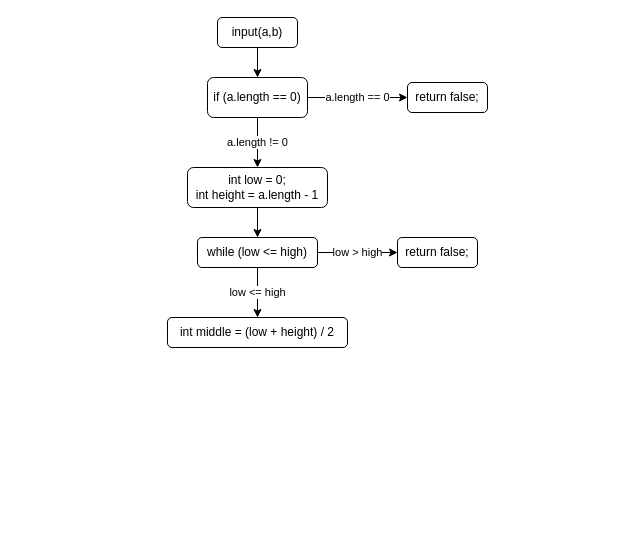
Above: sw6367-hw03.drawio in kntnguyen94/To-Do-List-Builder (draw.io), before the change. Source tidied: cells renumbered, new cells numbered last; positions are measured from the earlier drawing's top-left corner, leaving out a move shared by most shapes. Both pictures are drawn from the tidied source at 100%, with x=0, y=0 at pixel (167, 17).
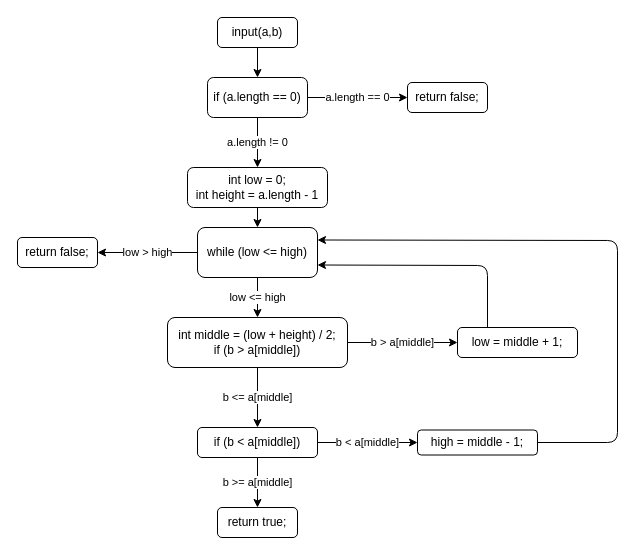
Above is the later version.

Unchanged cells that the change refers to:
```xml
<mxCell id="5" value="int low = 0;&lt;br&gt;int height = a.length - 1" style="rounded=1;whiteSpace=wrap;html=1;" parent="1" vertex="1">
  <mxGeometry x="20" y="150" width="140" height="40" as="geometry" />
</mxCell>
```

What changed in the source:
```diff
@@
     <mxCell id="6" value="while (low &amp;lt;= high)" style="rounded=1;whiteSpace=wrap;html=1;" parent="1" vertex="1">
-      <mxGeometry x="30" y="220" width="120" height="30" as="geometry" />
+      <mxGeometry x="30" y="210" width="120" height="50" as="geometry" />
     </mxCell>
-    <mxCell id="7" value="int middle = (low + height) / 2" style="rounded=1;whiteSpace=wrap;html=1;" parent="1" vertex="1">
-      <mxGeometry y="300" width="180" height="30" as="geometry" />
+    <mxCell id="7" value="int middle = (low + height) / 2;&lt;br&gt;if (b &amp;gt; a[middle])" style="rounded=1;whiteSpace=wrap;html=1;" parent="1" vertex="1">
+      <mxGeometry y="300" width="180" height="50" as="geometry" />
     </mxCell>
@@
-    <mxCell id="11" style="endArrow=classic;html=1;exitX=0.5;exitY=1;exitDx=0;exitDy=0;" parent="1" edge="1" source="5">
-      <mxGeometry relative="1" as="geometry">
-        <mxPoint x="90" y="220" as="targetPoint" />
-      </mxGeometry>
+    <mxCell id="11" style="endArrow=classic;html=1;exitX=0.5;exitY=1;exitDx=0;exitDy=0;entryX=0.5;entryY=0;entryDx=0;entryDy=0;" parent="1" edge="1" source="5" target="6">
+      <mxGeometry relative="1" as="geometry" />
     </mxCell>
@@
     <mxCell id="13" value="return false;" style="rounded=1;whiteSpace=wrap;html=1;" parent="1" vertex="1">
-      <mxGeometry x="230" y="220" width="80" height="30" as="geometry" />
+      <mxGeometry x="-150" y="220" width="80" height="30" as="geometry" />
     </mxCell>
-    <mxCell id="14" value="low &amp;gt; high" style="endArrow=classic;html=1;exitX=1;exitY=0.5;exitDx=0;exitDy=0;" parent="1" edge="1" source="6" target="13">
+    <mxCell id="14" value="low &amp;gt; high" style="endArrow=classic;html=1;exitX=0;exitY=0.5;exitDx=0;exitDy=0;" parent="1" edge="1" source="6" target="13">
       <mxGeometry relative="1" as="geometry" />
     </mxCell>
+    <mxCell id="15" value="low = middle + 1;" style="rounded=1;whiteSpace=wrap;html=1;" parent="1" vertex="1">
+      <mxGeometry x="290" y="310" width="120" height="30" as="geometry" />
+    </mxCell>
+    <mxCell id="16" value="b &amp;gt; a[middle]" style="endArrow=classic;html=1;exitX=1;exitY=0.5;exitDx=0;exitDy=0;entryX=0;entryY=0.5;entryDx=0;entryDy=0;" parent="1" edge="1" source="7" target="15">
+      <mxGeometry relative="1" as="geometry" />
+    </mxCell>
+    <mxCell id="17" value="if (b &amp;lt; a[middle])" style="rounded=1;whiteSpace=wrap;html=1;" parent="1" vertex="1">
+      <mxGeometry x="30" y="410" width="120" height="30" as="geometry" />
+    </mxCell>
+    <mxCell id="18" value="b &amp;lt;= a[middle]" style="endArrow=classic;html=1;exitX=0.5;exitY=1;exitDx=0;exitDy=0;entryX=0.5;entryY=0;entryDx=0;entryDy=0;" parent="1" edge="1" source="7" target="17">
+      <mxGeometry relative="1" as="geometry" />
+    </mxCell>
+    <mxCell id="19" value="high = middle - 1;" style="rounded=1;whiteSpace=wrap;html=1;" parent="1" vertex="1">
+      <mxGeometry x="250" y="412.5" width="120" height="25" as="geometry" />
+    </mxCell>
+    <mxCell id="20" value="b &amp;lt; a[middle]" style="endArrow=classic;html=1;exitX=1;exitY=0.5;exitDx=0;exitDy=0;entryX=0;entryY=0.5;entryDx=0;entryDy=0;" parent="1" edge="1" source="17" target="19">
+      <mxGeometry relative="1" as="geometry" />
+    </mxCell>
+    <mxCell id="21" value="return true;" style="rounded=1;whiteSpace=wrap;html=1;" parent="1" vertex="1">
+      <mxGeometry x="50" y="490" width="80" height="30" as="geometry" />
+    </mxCell>
+    <mxCell id="22" value="b &amp;gt;= a[middle]" style="endArrow=classic;html=1;exitX=0.5;exitY=1;exitDx=0;exitDy=0;" parent="1" edge="1" source="17" target="21">
+      <mxGeometry relative="1" as="geometry" />
+    </mxCell>
+    <mxCell id="23" style="endArrow=classic;html=1;exitX=0.25;exitY=0;exitDx=0;exitDy=0;entryX=1;entryY=0.75;entryDx=0;entryDy=0;" parent="1" edge="1" source="15" target="6">
+      <mxGeometry relative="1" as="geometry">
+        <Array as="points">
+          <mxPoint x="320" y="248" />
+        </Array>
+      </mxGeometry>
+    </mxCell>
+    <mxCell id="24" style="endArrow=classic;html=1;exitX=1;exitY=0.5;exitDx=0;exitDy=0;entryX=1;entryY=0.25;entryDx=0;entryDy=0;" parent="1" edge="1" source="19" target="6">
+      <mxGeometry relative="1" as="geometry">
+        <Array as="points">
+          <mxPoint x="450" y="425" />
+          <mxPoint x="450" y="223" />
+        </Array>
+      </mxGeometry>
+    </mxCell>
```
